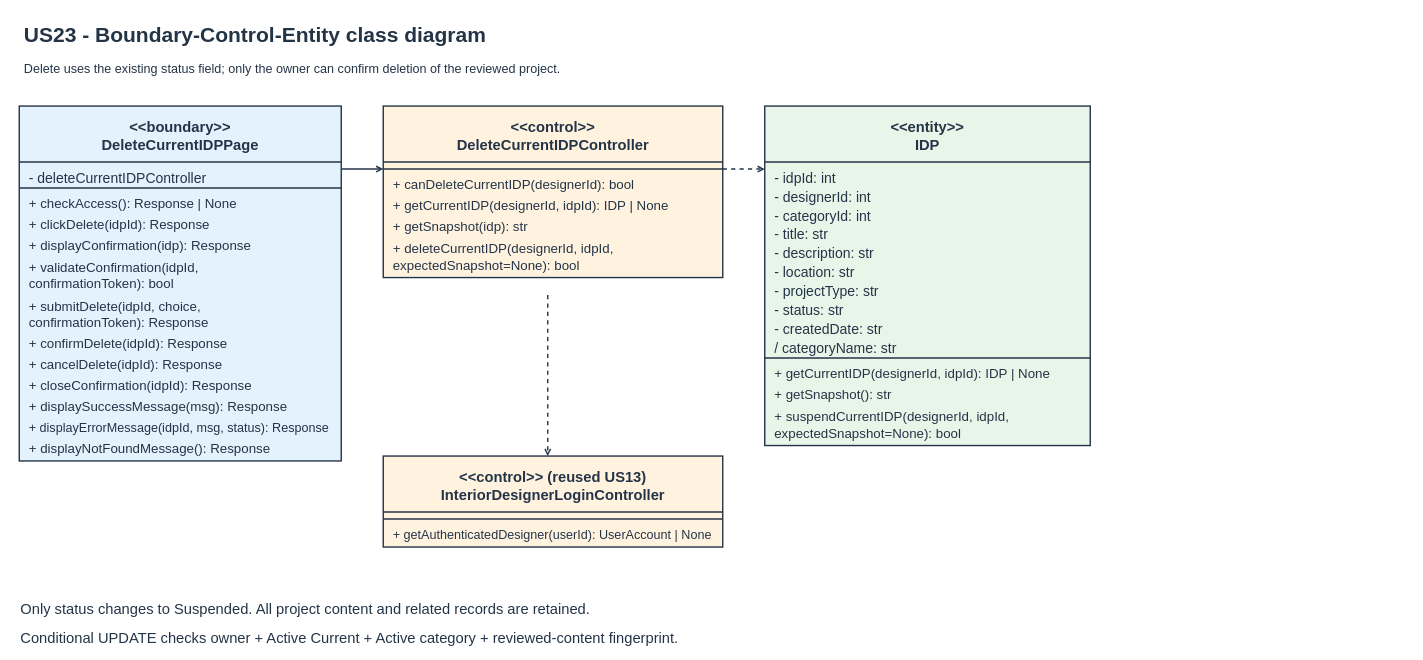
Hanzxc/CSIT314-ARCHSS keeps this draw.io diagram as page "5 BCE Class Diagram" (2 of 7) of Sprint_3/US23 - Delete Current IDP/US23 Delete current IDP.drawio. Above is the earlier version. Source tidied: cells renumbered, new cells numbered last; positions are measured from the earlier drawing's top-left corner, leaving out a move shared by most shapes. Both pictures are drawn from the tidied source at 70%, with x=0, y=0 at pixel (19, 18).
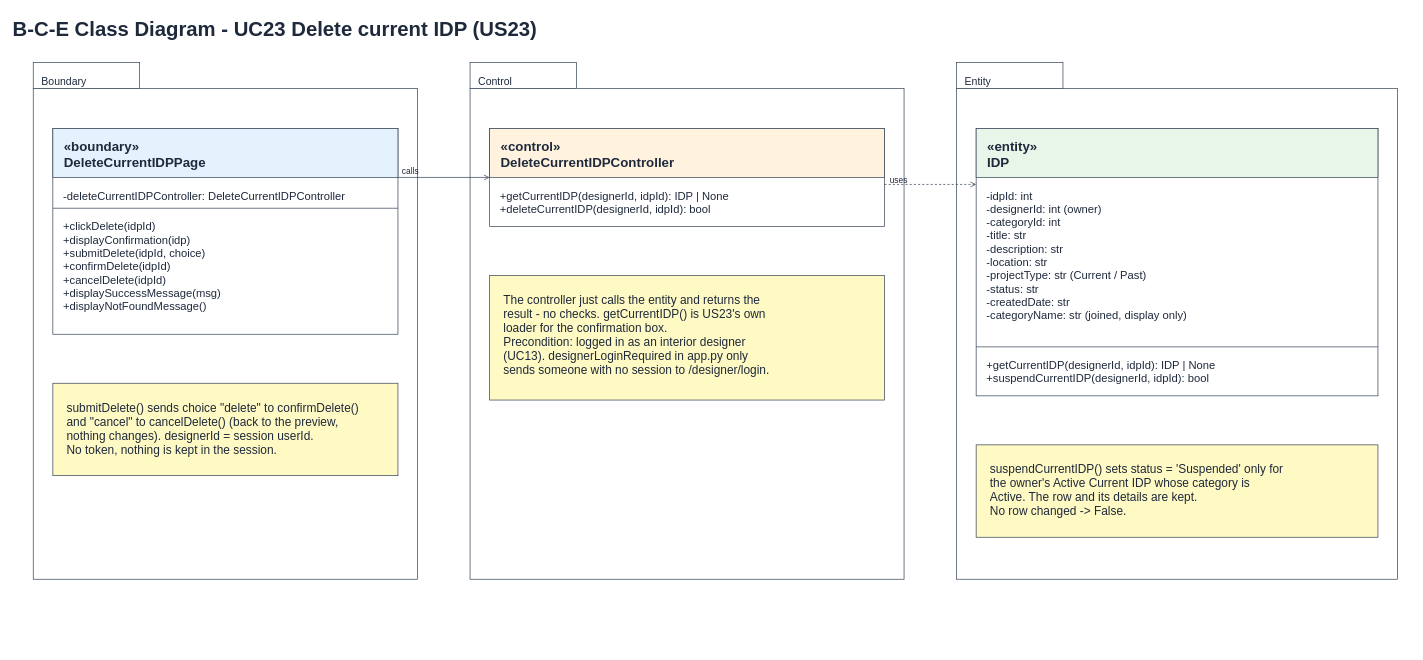
After the change.

What changed in the source:
```diff
@@
-    <mxCell id="2" value="US23 - Boundary-Control-Entity class diagram" style="text;html=0;align=left;verticalAlign=middle;whiteSpace=wrap;fontSize=30;fontStyle=1;fontColor=#243447;" parent="1" vertex="1">
-      <mxGeometry x="5" width="1520" height="45" as="geometry" />
+    <mxCell id="2" value="B-C-E Class Diagram - UC23 Delete current IDP (US23)" style="text;html=0;align=left;verticalAlign=top;fontSize=29;fontStyle=1;fontColor=#1e293b;" parent="1" vertex="1">
+      <mxGeometry x="-11" y="-10" width="2000" height="43" as="geometry" />
     </mxCell>
-    <mxCell id="3" value="Delete uses the existing status field; only the owner can confirm deletion of the reviewed project." style="text;html=0;align=left;verticalAlign=middle;whiteSpace=wrap;fontSize=18;fontStyle=0;fontColor=#243447;" parent="1" vertex="1">
-      <mxGeometry x="5" y="52" width="1520" height="40" as="geometry" />
+    <mxCell id="3" style="rounded=0;whiteSpace=wrap;fillColor=#ffffff;strokeColor=#334155;" parent="1" vertex="1">
+      <mxGeometry x="20" y="100" width="549" height="701" as="geometry" />
     </mxCell>
-    <mxCell id="4" style="rounded=0;html=0;fillColor=#e3f2fd;strokeColor=#243447;strokeWidth=2;" parent="1" vertex="1">
-      <mxGeometry y="125" width="460" height="507" as="geometry" />
+    <mxCell id="4" style="rounded=0;whiteSpace=wrap;fillColor=#ffffff;strokeColor=#334155;" parent="1" vertex="1">
+      <mxGeometry x="20" y="63" width="152" height="37" as="geometry" />
     </mxCell>
-    <mxCell id="5" value="&lt;&lt;boundary&gt;&gt;&#10;DeleteCurrentIDPPage" style="text;html=0;align=center;verticalAlign=middle;whiteSpace=wrap;fontSize=21;fontStyle=1;fontColor=#243447;" parent="1" vertex="1">
-      <mxGeometry x="8" y="134" width="444" height="65" as="geometry" />
+    <mxCell id="5" value="Boundary" style="text;html=0;align=left;verticalAlign=top;fontSize=15;fontStyle=0;fontColor=#1e293b;" parent="1" vertex="1">
+      <mxGeometry x="30" y="75" width="136" height="22" as="geometry" />
     </mxCell>
-    <mxCell id="6" style="endArrow=none;html=0;dashed=0;strokeWidth=2;strokeColor=#243447;" parent="1" edge="1">
-      <mxGeometry relative="1" as="geometry">
-        <mxPoint y="205" as="sourcePoint" />
-        <mxPoint x="460" y="205" as="targetPoint" />
-      </mxGeometry>
+    <mxCell id="6" style="rounded=0;whiteSpace=wrap;fillColor=#ffffff;strokeColor=#334155;" parent="1" vertex="1">
+      <mxGeometry x="644" y="100" width="620" height="701" as="geometry" />
     </mxCell>
-    <mxCell id="7" value="- deleteCurrentIDPController" style="text;html=0;align=left;verticalAlign=middle;whiteSpace=wrap;fontSize=20;fontStyle=0;fontColor=#243447;" parent="1" vertex="1">
-      <mxGeometry x="12" y="213" width="436" height="27" as="geometry" />
+    <mxCell id="7" style="rounded=0;whiteSpace=wrap;fillColor=#ffffff;strokeColor=#334155;" parent="1" vertex="1">
+      <mxGeometry x="644" y="63" width="152" height="37" as="geometry" />
     </mxCell>
-    <mxCell id="8" style="endArrow=none;html=0;dashed=0;strokeWidth=2;strokeColor=#243447;" parent="1" edge="1">
-      <mxGeometry relative="1" as="geometry">
-        <mxPoint y="242" as="sourcePoint" />
-        <mxPoint x="460" y="242" as="targetPoint" />
-      </mxGeometry>
+    <mxCell id="8" value="Control" style="text;html=0;align=left;verticalAlign=top;fontSize=15;fontStyle=0;fontColor=#1e293b;" parent="1" vertex="1">
+      <mxGeometry x="654" y="75" width="136" height="22" as="geometry" />
     </mxCell>
-    <mxCell id="9" value="+ checkAccess(): Response | None" style="text;html=0;align=left;verticalAlign=middle;whiteSpace=wrap;fontSize=19;fontStyle=0;fontColor=#243447;" parent="1" vertex="1">
-      <mxGeometry x="12" y="250" width="436" height="30" as="geometry" />
+    <mxCell id="9" style="rounded=0;whiteSpace=wrap;fillColor=#ffffff;strokeColor=#334155;" parent="1" vertex="1">
+      <mxGeometry x="1339" y="100" width="630" height="701" as="geometry" />
     </mxCell>
-    <mxCell id="10" value="+ clickDelete(idpId): Response" style="text;html=0;align=left;verticalAlign=middle;whiteSpace=wrap;fontSize=19;fontStyle=0;fontColor=#243447;" parent="1" vertex="1">
-      <mxGeometry x="12" y="280" width="436" height="30" as="geometry" />
+    <mxCell id="10" style="rounded=0;whiteSpace=wrap;fillColor=#ffffff;strokeColor=#334155;" parent="1" vertex="1">
+      <mxGeometry x="1339" y="63" width="152" height="37" as="geometry" />
     </mxCell>
-    <mxCell id="11" value="+ displayConfirmation(idp): Response" style="text;html=0;align=left;verticalAlign=middle;whiteSpace=wrap;fontSize=19;fontStyle=0;fontColor=#243447;" parent="1" vertex="1">
-      <mxGeometry x="12" y="310" width="436" height="30" as="geometry" />
+    <mxCell id="11" value="Entity" style="text;html=0;align=left;verticalAlign=top;fontSize=15;fontStyle=0;fontColor=#1e293b;" parent="1" vertex="1">
+      <mxGeometry x="1349" y="75" width="136" height="22" as="geometry" />
     </mxCell>
-    <mxCell id="12" value="+ validateConfirmation(idpId,&#10;  confirmationToken): bool" style="text;html=0;align=left;verticalAlign=middle;whiteSpace=wrap;fontSize=19;fontStyle=0;fontColor=#243447;" parent="1" vertex="1">
-      <mxGeometry x="12" y="340" width="436" height="55" as="geometry" />
+    <mxCell id="12" style="rounded=0;whiteSpace=wrap;fillColor=#ffffff;strokeColor=#334155;" parent="1" vertex="1">
+      <mxGeometry x="48" y="157" width="493" height="294" as="geometry" />
     </mxCell>
-    <mxCell id="13" value="+ submitDelete(idpId, choice,&#10;  confirmationToken): Response" style="text;html=0;align=left;verticalAlign=middle;whiteSpace=wrap;fontSize=19;fontStyle=0;fontColor=#243447;" parent="1" vertex="1">
-      <mxGeometry x="12" y="395" width="436" height="55" as="geometry" />
+    <mxCell id="13" style="rounded=0;whiteSpace=wrap;fillColor=#e3f2fd;strokeColor=#334155;" parent="1" vertex="1">
+      <mxGeometry x="48" y="157" width="493" height="70" as="geometry" />
     </mxCell>
-    <mxCell id="14" value="+ confirmDelete(idpId): Response" style="text;html=0;align=left;verticalAlign=middle;whiteSpace=wrap;fontSize=19;fontStyle=0;fontColor=#243447;" parent="1" vertex="1">
-      <mxGeometry x="12" y="450" width="436" height="30" as="geometry" />
+    <mxCell id="14" value="«boundary»&#10;DeleteCurrentIDPPage" style="text;html=0;align=left;verticalAlign=top;fontSize=19;fontStyle=1;fontColor=#1e293b;" parent="1" vertex="1">
+      <mxGeometry x="62" y="165" width="465" height="56" as="geometry" />
     </mxCell>
-    <mxCell id="15" value="+ cancelDelete(idpId): Response" style="text;html=0;align=left;verticalAlign=middle;whiteSpace=wrap;fontSize=19;fontStyle=0;fontColor=#243447;" parent="1" vertex="1">
-      <mxGeometry x="12" y="480" width="436" height="30" as="geometry" />
+    <mxCell id="15" value="-deleteCurrentIDPController: DeleteCurrentIDPController" style="text;html=0;align=left;verticalAlign=top;fontSize=16;fontStyle=0;fontColor=#1e293b;" parent="1" vertex="1">
+      <mxGeometry x="61" y="237" width="465" height="26" as="geometry" />
     </mxCell>
-    <mxCell id="16" value="+ closeConfirmation(idpId): Response" style="text;html=0;align=left;verticalAlign=middle;whiteSpace=wrap;fontSize=19;fontStyle=0;fontColor=#243447;" parent="1" vertex="1">
-      <mxGeometry x="12" y="510" width="436" height="30" as="geometry" />
+    <mxCell id="16" style="endArrow=none;html=0;dashed=0;strokeColor=#334155;" parent="1" edge="1">
+      <mxGeometry relative="1" as="geometry">
+        <mxPoint x="48" y="271" as="sourcePoint" />
+        <mxPoint x="541" y="271" as="targetPoint" />
+      </mxGeometry>
     </mxCell>
-    <mxCell id="17" value="+ displaySuccessMessage(msg): Response" style="text;html=0;align=left;verticalAlign=middle;whiteSpace=wrap;fontSize=19;fontStyle=0;fontColor=#243447;" parent="1" vertex="1">
-      <mxGeometry x="12" y="540" width="436" height="30" as="geometry" />
+    <mxCell id="17" value="+clickDelete(idpId)&#10;+displayConfirmation(idp)&#10;+submitDelete(idpId, choice)&#10;+confirmDelete(idpId)&#10;+cancelDelete(idpId)&#10;+displaySuccessMessage(msg)&#10;+displayNotFoundMessage()" style="text;html=0;align=left;verticalAlign=top;fontSize=16;fontStyle=0;fontColor=#1e293b;" parent="1" vertex="1">
+      <mxGeometry x="61" y="281" width="465" height="158" as="geometry" />
     </mxCell>
-    <mxCell id="18" value="+ displayErrorMessage(idpId, msg, status): Response" style="text;html=0;align=left;verticalAlign=middle;whiteSpace=wrap;fontSize=18;fontStyle=0;fontColor=#243447;" parent="1" vertex="1">
-      <mxGeometry x="12" y="570" width="436" height="30" as="geometry" />
+    <mxCell id="18" style="rounded=0;whiteSpace=wrap;fillColor=#fff9c4;strokeColor=#334155;" parent="1" vertex="1">
+      <mxGeometry x="48" y="521" width="493" height="132" as="geometry" />
     </mxCell>
-    <mxCell id="19" value="+ displayNotFoundMessage(): Response" style="text;html=0;align=left;verticalAlign=middle;whiteSpace=wrap;fontSize=19;fontStyle=0;fontColor=#243447;" parent="1" vertex="1">
-      <mxGeometry x="12" y="600" width="436" height="30" as="geometry" />
+    <mxCell id="19" value="submitDelete() sends choice &quot;delete&quot; to confirmDelete()&#10;and &quot;cancel&quot; to cancelDelete() (back to the preview,&#10;nothing changes). designerId = session userId.&#10;No token, nothing is kept in the session." style="text;html=0;align=left;verticalAlign=top;fontSize=17;fontStyle=0;fontColor=#1e293b;" parent="1" vertex="1">
+      <mxGeometry x="66" y="539" width="457" height="96" as="geometry" />
     </mxCell>
-    <mxCell id="20" style="rounded=0;html=0;fillColor=#fff3e0;strokeColor=#243447;strokeWidth=2;" parent="1" vertex="1">
-      <mxGeometry x="520" y="125" width="485" height="245" as="geometry" />
+    <mxCell id="20" style="rounded=0;whiteSpace=wrap;fillColor=#ffffff;strokeColor=#334155;" parent="1" vertex="1">
+      <mxGeometry x="672" y="157" width="564" height="140" as="geometry" />
     </mxCell>
-    <mxCell id="21" value="&lt;&lt;control&gt;&gt;&#10;DeleteCurrentIDPController" style="text;html=0;align=center;verticalAlign=middle;whiteSpace=wrap;fontSize=21;fontStyle=1;fontColor=#243447;" parent="1" vertex="1">
-      <mxGeometry x="528" y="134" width="469" height="65" as="geometry" />
+    <mxCell id="21" style="rounded=0;whiteSpace=wrap;fillColor=#fff3e0;strokeColor=#334155;" parent="1" vertex="1">
+      <mxGeometry x="672" y="157" width="564" height="70" as="geometry" />
     </mxCell>
-    <mxCell id="22" style="endArrow=none;html=0;dashed=0;strokeWidth=2;strokeColor=#243447;" parent="1" edge="1">
-      <mxGeometry relative="1" as="geometry">
-        <mxPoint x="520" y="205" as="sourcePoint" />
-        <mxPoint x="1005" y="205" as="targetPoint" />
-      </mxGeometry>
+    <mxCell id="22" value="«control»&#10;DeleteCurrentIDPController" style="text;html=0;align=left;verticalAlign=top;fontSize=19;fontStyle=1;fontColor=#1e293b;" parent="1" vertex="1">
+      <mxGeometry x="686" y="165" width="536" height="56" as="geometry" />
     </mxCell>
-    <mxCell id="23" style="endArrow=none;html=0;dashed=0;strokeWidth=2;strokeColor=#243447;" parent="1" edge="1">
-      <mxGeometry relative="1" as="geometry">
-        <mxPoint x="520" y="215" as="sourcePoint" />
-        <mxPoint x="1005" y="215" as="targetPoint" />
-      </mxGeometry>
+    <mxCell id="23" value="+getCurrentIDP(designerId, idpId): IDP | None&#10;+deleteCurrentIDP(designerId, idpId): bool" style="text;html=0;align=left;verticalAlign=top;fontSize=16;fontStyle=0;fontColor=#1e293b;" parent="1" vertex="1">
+      <mxGeometry x="685" y="237" width="536" height="48" as="geometry" />
     </mxCell>
-    <mxCell id="24" value="+ canDeleteCurrentIDP(designerId): bool" style="text;html=0;align=left;verticalAlign=middle;whiteSpace=wrap;fontSize=19;fontStyle=0;fontColor=#243447;" parent="1" vertex="1">
-      <mxGeometry x="532" y="223" width="461" height="30" as="geometry" />
+    <mxCell id="24" style="rounded=0;whiteSpace=wrap;fillColor=#fff9c4;strokeColor=#334155;" parent="1" vertex="1">
+      <mxGeometry x="672" y="367" width="564" height="178" as="geometry" />
     </mxCell>
-    <mxCell id="25" value="+ getCurrentIDP(designerId, idpId): IDP | None" style="text;html=0;align=left;verticalAlign=middle;whiteSpace=wrap;fontSize=19;fontStyle=0;fontColor=#243447;" parent="1" vertex="1">
-      <mxGeometry x="532" y="253" width="461" height="30" as="geometry" />
+    <mxCell id="25" value="The controller just calls the entity and returns the&#10;result - no checks. getCurrentIDP() is US23's own&#10;loader for the confirmation box.&#10;Precondition: logged in as an interior designer&#10;(UC13). designerLoginRequired in app.py only&#10;sends someone with no session to /designer/login." style="text;html=0;align=left;verticalAlign=top;fontSize=17;fontStyle=0;fontColor=#1e293b;" parent="1" vertex="1">
+      <mxGeometry x="690" y="385" width="528" height="142" as="geometry" />
     </mxCell>
-    <mxCell id="26" value="+ getSnapshot(idp): str" style="text;html=0;align=left;verticalAlign=middle;whiteSpace=wrap;fontSize=19;fontStyle=0;fontColor=#243447;" parent="1" vertex="1">
-      <mxGeometry x="532" y="283" width="461" height="30" as="geometry" />
+    <mxCell id="26" style="rounded=0;whiteSpace=wrap;fillColor=#ffffff;strokeColor=#334155;" parent="1" vertex="1">
+      <mxGeometry x="1367" y="157" width="574" height="382" as="geometry" />
     </mxCell>
-    <mxCell id="27" value="+ deleteCurrentIDP(designerId, idpId,&#10;  expectedSnapshot=None): bool" style="text;html=0;align=left;verticalAlign=middle;whiteSpace=wrap;fontSize=19;fontStyle=0;fontColor=#243447;" parent="1" vertex="1">
-      <mxGeometry x="532" y="313" width="461" height="55" as="geometry" />
+    <mxCell id="27" style="rounded=0;whiteSpace=wrap;fillColor=#e8f5e9;strokeColor=#334155;" parent="1" vertex="1">
+      <mxGeometry x="1367" y="157" width="574" height="70" as="geometry" />
     </mxCell>
-    <mxCell id="28" style="rounded=0;html=0;fillColor=#e8f5e9;strokeColor=#243447;strokeWidth=2;" parent="1" vertex="1">
-      <mxGeometry x="1065" y="125" width="465" height="485" as="geometry" />
+    <mxCell id="28" value="«entity»&#10;IDP" style="text;html=0;align=left;verticalAlign=top;fontSize=19;fontStyle=1;fontColor=#1e293b;" parent="1" vertex="1">
+      <mxGeometry x="1381" y="165" width="546" height="56" as="geometry" />
     </mxCell>
-    <mxCell id="29" value="&lt;&lt;entity&gt;&gt;&#10;IDP" style="text;html=0;align=center;verticalAlign=middle;whiteSpace=wrap;fontSize=21;fontStyle=1;fontColor=#243447;" parent="1" vertex="1">
-      <mxGeometry x="1073" y="134" width="449" height="65" as="geometry" />
+    <mxCell id="29" value="-idpId: int&#10;-designerId: int (owner)&#10;-categoryId: int&#10;-title: str&#10;-description: str&#10;-location: str&#10;-projectType: str (Current / Past)&#10;-status: str&#10;-createdDate: str&#10;-categoryName: str (joined, display only)" style="text;html=0;align=left;verticalAlign=top;fontSize=16;fontStyle=0;fontColor=#1e293b;" parent="1" vertex="1">
+      <mxGeometry x="1380" y="237" width="546" height="224" as="geometry" />
     </mxCell>
-    <mxCell id="30" style="endArrow=none;html=0;dashed=0;strokeWidth=2;strokeColor=#243447;" parent="1" edge="1">
+    <mxCell id="30" style="endArrow=none;html=0;dashed=0;strokeColor=#334155;" parent="1" edge="1">
       <mxGeometry relative="1" as="geometry">
-        <mxPoint x="1065" y="205" as="sourcePoint" />
-        <mxPoint x="1530" y="205" as="targetPoint" />
+        <mxPoint x="1367" y="469" as="sourcePoint" />
+        <mxPoint x="1941" y="469" as="targetPoint" />
       </mxGeometry>
     </mxCell>
-    <mxCell id="31" value="- idpId: int" style="text;html=0;align=left;verticalAlign=middle;whiteSpace=wrap;fontSize=20;fontStyle=0;fontColor=#243447;" parent="1" vertex="1">
-      <mxGeometry x="1077" y="213" width="441" height="27" as="geometry" />
+    <mxCell id="31" value="+getCurrentIDP(designerId, idpId): IDP | None&#10;+suspendCurrentIDP(designerId, idpId): bool" style="text;html=0;align=left;verticalAlign=top;fontSize=16;fontStyle=0;fontColor=#1e293b;" parent="1" vertex="1">
+      <mxGeometry x="1380" y="479" width="546" height="48" as="geometry" />
     </mxCell>
-    <mxCell id="32" value="- designerId: int" style="text;html=0;align=left;verticalAlign=middle;whiteSpace=wrap;fontSize=20;fontStyle=0;fontColor=#243447;" parent="1" vertex="1">
-      <mxGeometry x="1077" y="240" width="441" height="27" as="geometry" />
+    <mxCell id="32" style="rounded=0;whiteSpace=wrap;fillColor=#fff9c4;strokeColor=#334155;" parent="1" vertex="1">
+      <mxGeometry x="1367" y="609" width="574" height="132" as="geometry" />
     </mxCell>
-    <mxCell id="33" value="- categoryId: int" style="text;html=0;align=left;verticalAlign=middle;whiteSpace=wrap;fontSize=20;fontStyle=0;fontColor=#243447;" parent="1" vertex="1">
-      <mxGeometry x="1077" y="267" width="441" height="27" as="geometry" />
+    <mxCell id="33" value="suspendCurrentIDP() sets status = 'Suspended' only for&#10;the owner's Active Current IDP whose category is&#10;Active. The row and its details are kept.&#10;No row changed -&gt; False." style="text;html=0;align=left;verticalAlign=top;fontSize=17;fontStyle=0;fontColor=#1e293b;" parent="1" vertex="1">
+      <mxGeometry x="1385" y="627" width="538" height="96" as="geometry" />
     </mxCell>
-    <mxCell id="34" value="- title: str" style="text;html=0;align=left;verticalAlign=middle;whiteSpace=wrap;fontSize=20;fontStyle=0;fontColor=#243447;" parent="1" vertex="1">
-      <mxGeometry x="1077" y="294" width="441" height="27" as="geometry" />
+    <mxCell id="34" style="endArrow=open;html=0;dashed=0;strokeColor=#334155;" parent="1" edge="1">
+      <mxGeometry relative="1" as="geometry">
+        <mxPoint x="541" y="227" as="sourcePoint" />
+        <mxPoint x="672" y="227" as="targetPoint" />
+      </mxGeometry>
     </mxCell>
-    <mxCell id="35" value="- description: str" style="text;html=0;align=left;verticalAlign=middle;whiteSpace=wrap;fontSize=20;fontStyle=0;fontColor=#243447;" parent="1" vertex="1">
-      <mxGeometry x="1077" y="321" width="441" height="27" as="geometry" />
+    <mxCell id="35" value="calls" style="text;html=0;align=left;verticalAlign=top;fontSize=12;fontStyle=0;fontColor=#1e293b;" parent="1" vertex="1">
+      <mxGeometry x="545" y="205" width="40.3" height="20" as="geometry" />
     </mxCell>
-    <mxCell id="36" value="- location: str" style="text;html=0;align=left;verticalAlign=middle;whiteSpace=wrap;fontSize=20;fontStyle=0;fontColor=#243447;" parent="1" vertex="1">
-      <mxGeometry x="1077" y="348" width="441" height="27" as="geometry" />
+    <mxCell id="36" style="endArrow=open;html=0;dashed=1;strokeColor=#334155;" parent="1" edge="1">
+      <mxGeometry relative="1" as="geometry">
+        <mxPoint x="1236" y="237" as="sourcePoint" />
+        <mxPoint x="1367" y="237" as="targetPoint" />
+      </mxGeometry>
     </mxCell>
-    <mxCell id="37" value="- projectType: str" style="text;html=0;align=left;verticalAlign=middle;whiteSpace=wrap;fontSize=20;fontStyle=0;fontColor=#243447;" parent="1" vertex="1">
-      <mxGeometry x="1077" y="375" width="441" height="27" as="geometry" />
+    <mxCell id="37" value="uses" style="text;html=0;align=left;verticalAlign=top;fontSize=12;fontStyle=0;fontColor=#1e293b;" parent="1" vertex="1">
+      <mxGeometry x="1242" y="217" width="39.4" height="20" as="geometry" />
     </mxCell>
-    <mxCell id="38" value="- status: str" style="text;html=0;align=left;verticalAlign=middle;whiteSpace=wrap;fontSize=20;fontStyle=0;fontColor=#243447;" parent="1" vertex="1">
-      <mxGeometry x="1077" y="402" width="441" height="27" as="geometry" />
-    </mxCell>
-    <mxCell id="39" value="- createdDate: str" style="text;html=0;align=left;verticalAlign=middle;whiteSpace=wrap;fontSize=20;fontStyle=0;fontColor=#243447;" parent="1" vertex="1">
-      <mxGeometry x="1077" y="429" width="441" height="27" as="geometry" />
-    </mxCell>
-    <mxCell id="40" value="/ categoryName: str" style="text;html=0;align=left;verticalAlign=middle;whiteSpace=wrap;fontSize=20;fontStyle=0;fontColor=#243447;" parent="1" vertex="1">
-      <mxGeometry x="1077" y="456" width="441" height="27" as="geometry" />
-    </mxCell>
-    <mxCell id="41" style="endArrow=none;html=0;dashed=0;strokeWidth=2;strokeColor=#243447;" parent="1" edge="1">
-      <mxGeometry relative="1" as="geometry">
-        <mxPoint x="1065" y="485" as="sourcePoint" />
-        <mxPoint x="1530" y="485" as="targetPoint" />
-      </mxGeometry>
-    </mxCell>
-    <mxCell id="42" value="+ getCurrentIDP(designerId, idpId): IDP | None" style="text;html=0;align=left;verticalAlign=middle;whiteSpace=wrap;fontSize=19;fontStyle=0;fontColor=#243447;" parent="1" vertex="1">
-      <mxGeometry x="1077" y="493" width="441" height="30" as="geometry" />
-    </mxCell>
-    <mxCell id="43" value="+ getSnapshot(): str" style="text;html=0;align=left;verticalAlign=middle;whiteSpace=wrap;fontSize=19;fontStyle=0;fontColor=#243447;" parent="1" vertex="1">
-      <mxGeometry x="1077" y="523" width="441" height="30" as="geometry" />
-    </mxCell>
-    <mxCell id="44" value="+ suspendCurrentIDP(designerId, idpId,&#10;  expectedSnapshot=None): bool" style="text;html=0;align=left;verticalAlign=middle;whiteSpace=wrap;fontSize=19;fontStyle=0;fontColor=#243447;" parent="1" vertex="1">
-      <mxGeometry x="1077" y="553" width="441" height="55" as="geometry" />
-    </mxCell>
-    <mxCell id="45" style="rounded=0;html=0;fillColor=#fff3e0;strokeColor=#243447;strokeWidth=2;" parent="1" vertex="1">
-      <mxGeometry x="520" y="625" width="485" height="130" as="geometry" />
-    </mxCell>
-    <mxCell id="46" value="&lt;&lt;control&gt;&gt; (reused US13)&#10;InteriorDesignerLoginController" style="text;html=0;align=center;verticalAlign=middle;whiteSpace=wrap;fontSize=21;fontStyle=1;fontColor=#243447;" parent="1" vertex="1">
-      <mxGeometry x="528" y="634" width="469" height="65" as="geometry" />
-    </mxCell>
-    <mxCell id="47" style="endArrow=none;html=0;dashed=0;strokeWidth=2;strokeColor=#243447;" parent="1" edge="1">
-      <mxGeometry relative="1" as="geometry">
-        <mxPoint x="520" y="705" as="sourcePoint" />
-        <mxPoint x="1005" y="705" as="targetPoint" />
-      </mxGeometry>
-    </mxCell>
-    <mxCell id="48" style="endArrow=none;html=0;dashed=0;strokeWidth=2;strokeColor=#243447;" parent="1" edge="1">
-      <mxGeometry relative="1" as="geometry">
-        <mxPoint x="520" y="715" as="sourcePoint" />
-        <mxPoint x="1005" y="715" as="targetPoint" />
-      </mxGeometry>
-    </mxCell>
-    <mxCell id="49" value="+ getAuthenticatedDesigner(userId): UserAccount | None" style="text;html=0;align=left;verticalAlign=middle;whiteSpace=wrap;fontSize=18;fontStyle=0;fontColor=#243447;" parent="1" vertex="1">
-      <mxGeometry x="532" y="723" width="461" height="30" as="geometry" />
-    </mxCell>
-    <mxCell id="50" style="endArrow=open;html=0;dashed=0;strokeWidth=2;strokeColor=#243447;" parent="1" edge="1">
-      <mxGeometry relative="1" as="geometry">
-        <mxPoint x="460" y="215" as="sourcePoint" />
-        <mxPoint x="520" y="215" as="targetPoint" />
-      </mxGeometry>
-    </mxCell>
-    <mxCell id="51" style="endArrow=open;html=0;dashed=1;strokeWidth=2;strokeColor=#243447;" parent="1" edge="1">
-      <mxGeometry relative="1" as="geometry">
-        <mxPoint x="1005" y="215" as="sourcePoint" />
-        <mxPoint x="1065" y="215" as="targetPoint" />
-      </mxGeometry>
-    </mxCell>
-    <mxCell id="52" style="endArrow=open;html=0;dashed=1;strokeWidth=2;strokeColor=#243447;" parent="1" edge="1">
-      <mxGeometry relative="1" as="geometry">
-        <mxPoint x="755" y="395" as="sourcePoint" />
-        <mxPoint x="755" y="625" as="targetPoint" />
-      </mxGeometry>
-    </mxCell>
-    <mxCell id="53" value="Only status changes to Suspended. All project content and related records are retained." style="text;html=0;align=left;verticalAlign=middle;whiteSpace=wrap;fontSize=21;fontStyle=0;fontColor=#243447;" parent="1" vertex="1">
-      <mxGeometry y="825" width="1530" height="35" as="geometry" />
-    </mxCell>
-    <mxCell id="54" value="Conditional UPDATE checks owner + Active Current + Active category + reviewed-content fingerprint." style="text;html=0;align=left;verticalAlign=middle;whiteSpace=wrap;fontSize=21;fontStyle=0;fontColor=#243447;" parent="1" vertex="1">
-      <mxGeometry y="870" width="1530" height="30" as="geometry" />
-    </mxCell>
```
